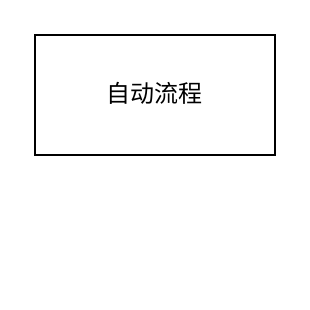
Earlier version of the draw.io diagram 未命名绘图.drawio (apanhui/autopipe). Source tidied: cells renumbered, new cells numbered last; positions are measured from the earlier drawing's top-left corner, leaving out a move shared by most shapes. Both pictures are drawn from the tidied source at 200%, with x=0, y=0 at pixel (34, 34).
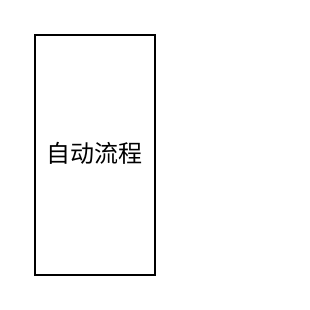
The same page after the edit.

Commit message:
更新未命名绘图.drawio

Diff of the diagram source:
```diff
@@
 <mxGraphModel>
   <root>
     <mxCell id="0" />
     <mxCell id="1" parent="0" />
-    <mxCell id="2" value="自动流程" style="rounded=0;whiteSpace=wrap;html=1;" parent="1" vertex="1">
-      <mxGeometry width="120" height="60" as="geometry" />
+    <mxCell id="2" value="自动流程" style="rounded=0;whiteSpace=wrap;html=1;direction=south;" parent="1" vertex="1">
+      <mxGeometry width="60" height="120" as="geometry" />
     </mxCell>
   </root>
 </mxGraphModel>
```
